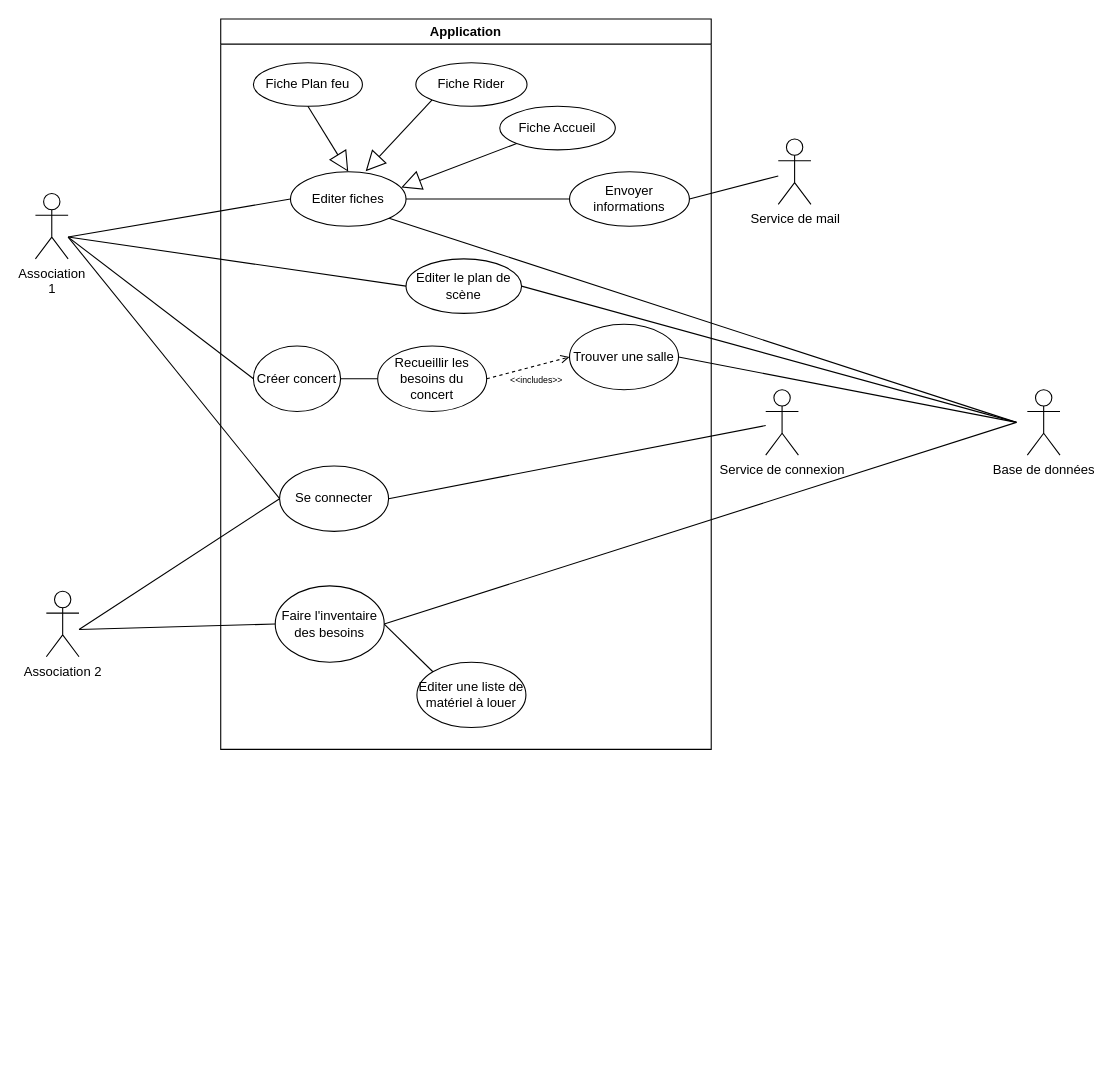
This is diagramme_cas_utilisation/Diagramme_CU.drawio from LeniChabilan/SAE-CONCERT, a draw.io file, before an edit. Source tidied: cells renumbered, new cells numbered last; positions are measured from the earlier drawing's top-left corner, leaving out a move shared by most shapes. Both pictures are drawn from the tidied source at 109%, with x=0, y=0 at pixel (35, 19).
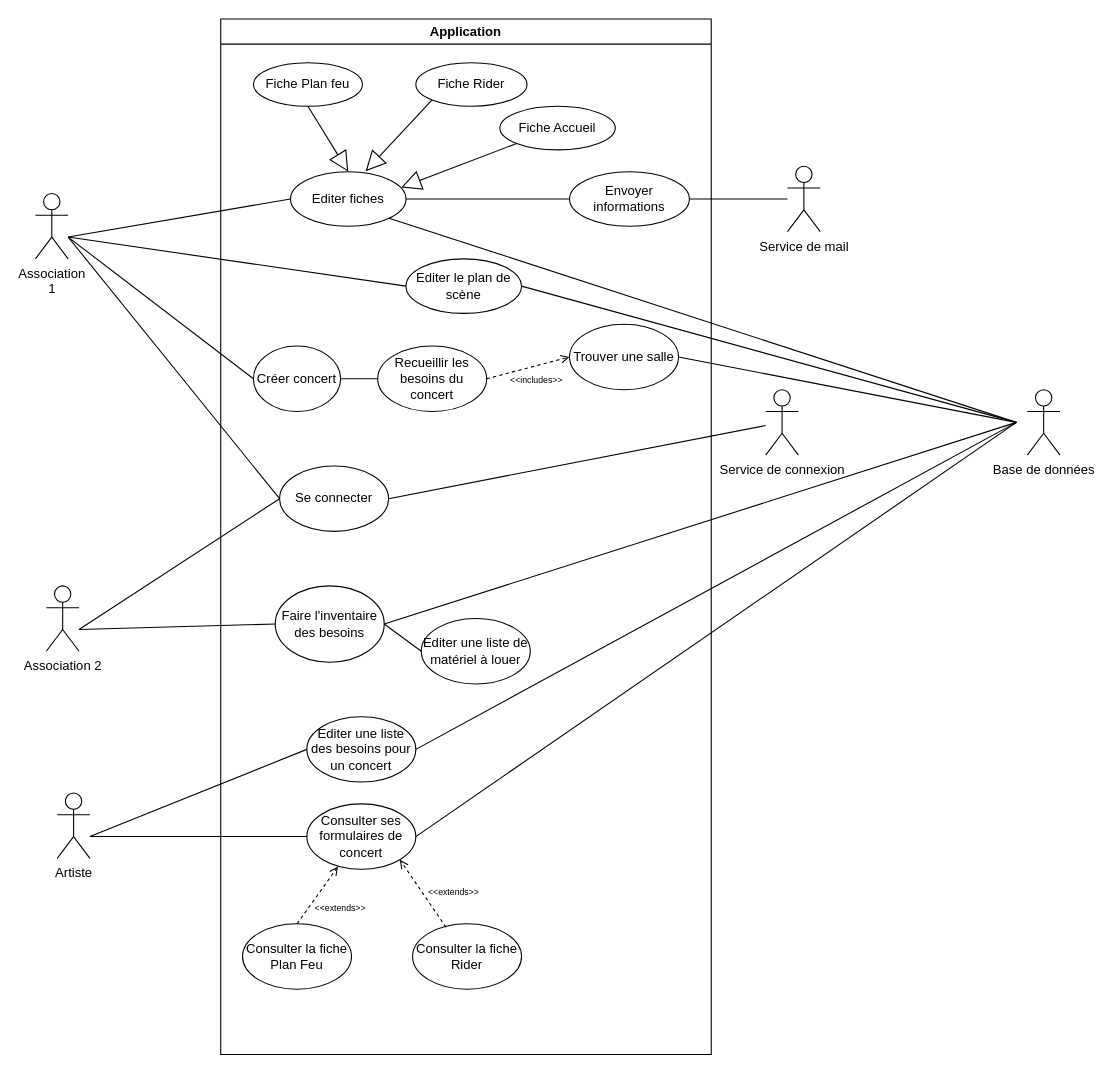
The same diagram, later.

Commit message:
fix: modification du diagramme de CU en fonction des demandes

Unchanged cells that the change refers to:
```xml
<mxCell id="7" value="Faire l'inventaire des besoins" style="ellipse;whiteSpace=wrap;html=1;" parent="2" vertex="1">
  <mxGeometry x="50" y="520" width="100" height="70" as="geometry" />
</mxCell>
```

Change to the diagram source:
```diff
@@
     <mxCell id="2" value="Application" style="swimlane;whiteSpace=wrap;html=1;" parent="1" vertex="1">
-      <mxGeometry x="170" width="450" height="670" as="geometry" />
+      <mxGeometry x="170" width="450" height="950" as="geometry" />
     </mxCell>
@@
     <mxCell id="11" value="Editer une liste de matériel à louer" style="ellipse;whiteSpace=wrap;html=1;" parent="2" vertex="1">
-      <mxGeometry x="180" y="590" width="100" height="60" as="geometry" />
+      <mxGeometry x="184" y="550" width="100" height="60" as="geometry" />
     </mxCell>
@@
-    <mxCell id="15" style="endArrow=none;html=1;rounded=0;exitX=1;exitY=0.5;exitDx=0;exitDy=0;entryX=0;entryY=0;entryDx=0;entryDy=0;" parent="2" edge="1" source="7" target="11">
+    <mxCell id="15" style="endArrow=none;html=1;rounded=0;exitX=1;exitY=0.5;exitDx=0;exitDy=0;entryX=0;entryY=0.5;entryDx=0;entryDy=0;" parent="2" edge="1" source="7" target="11">
       <mxGeometry relative="1" as="geometry" />
     </mxCell>
@@
+    <mxCell id="40" value="Editer une liste des besoins pour un concert" style="ellipse;whiteSpace=wrap;html=1;" parent="2" vertex="1">
+      <mxGeometry x="79" y="640" width="100" height="60" as="geometry" />
+    </mxCell>
+    <mxCell id="41" value="Consulter ses formulaires de concert" style="ellipse;whiteSpace=wrap;html=1;" parent="2" vertex="1">
+      <mxGeometry x="79" y="720" width="100" height="60" as="geometry" />
+    </mxCell>
+    <mxCell id="42" value="Consulter la fiche Plan Feu" style="ellipse;whiteSpace=wrap;html=1;" parent="2" vertex="1">
+      <mxGeometry x="20" y="830" width="100" height="60" as="geometry" />
+    </mxCell>
+    <mxCell id="43" value="Consulter la fiche Rider" style="ellipse;whiteSpace=wrap;html=1;" parent="2" vertex="1">
+      <mxGeometry x="176" y="830" width="100" height="60" as="geometry" />
+    </mxCell>
+    <mxCell id="44" style="endArrow=open;dashed=1;html=1;rounded=0;exitX=0.307;exitY=0.054;exitDx=0;exitDy=0;entryX=1;entryY=1;entryDx=0;entryDy=0;endFill=0;exitPerimeter=0;" parent="2" edge="1" source="43" target="41">
+      <mxGeometry relative="1" as="geometry" />
+    </mxCell>
+    <mxCell id="45" value="&lt;font style=&quot;font-size: 8px;&quot;&gt;&amp;lt;&amp;lt;extends&amp;gt;&amp;gt;&lt;/font&gt;" style="text;html=1;strokeColor=none;fillColor=none;align=center;verticalAlign=middle;whiteSpace=wrap;rounded=0;" parent="2" vertex="1">
+      <mxGeometry x="184" y="785" width="60" height="30" as="geometry" />
+    </mxCell>
+    <mxCell id="46" style="endArrow=open;dashed=1;html=1;rounded=0;exitX=0.5;exitY=0;exitDx=0;exitDy=0;entryX=0.286;entryY=0.959;entryDx=0;entryDy=0;endFill=0;entryPerimeter=0;" parent="2" edge="1" source="42" target="41">
+      <mxGeometry relative="1" as="geometry" />
+    </mxCell>
+    <mxCell id="47" value="&lt;font style=&quot;font-size: 8px;&quot;&gt;&amp;lt;&amp;lt;extends&amp;gt;&amp;gt;&lt;/font&gt;" style="text;html=1;strokeColor=none;fillColor=none;align=center;verticalAlign=middle;whiteSpace=wrap;rounded=0;" parent="2" vertex="1">
+      <mxGeometry x="80" y="800" width="60" height="30" as="geometry" />
+    </mxCell>
@@
     <mxCell id="24" value="Association 2" style="shape=umlActor;verticalLabelPosition=bottom;verticalAlign=top;html=1;" parent="1" vertex="1">
-      <mxGeometry x="10" y="525" width="30" height="60" as="geometry" />
+      <mxGeometry x="10" y="520" width="30" height="60" as="geometry" />
     </mxCell>
     <mxCell id="25" value="Service de mail" style="shape=umlActor;verticalLabelPosition=bottom;verticalAlign=top;html=1;outlineConnect=0;" parent="1" vertex="1">
-      <mxGeometry x="681.5" y="110" width="30" height="60" as="geometry" />
+      <mxGeometry x="690" y="135" width="30" height="60" as="geometry" />
     </mxCell>
@@
+    <mxCell id="48" value="Artiste" style="shape=umlActor;verticalLabelPosition=bottom;verticalAlign=top;html=1;" parent="1" vertex="1">
+      <mxGeometry x="20" y="710" width="30" height="60" as="geometry" />
+    </mxCell>
+    <mxCell id="49" style="endArrow=none;html=1;rounded=0;entryX=0;entryY=0.5;entryDx=0;entryDy=0;" parent="1" edge="1" target="40">
+      <mxGeometry relative="1" as="geometry">
+        <mxPoint x="50" y="750" as="sourcePoint" />
+      </mxGeometry>
+    </mxCell>
+    <mxCell id="50" style="endArrow=none;html=1;rounded=0;entryX=0;entryY=0.5;entryDx=0;entryDy=0;" parent="1" edge="1" target="41">
+      <mxGeometry relative="1" as="geometry">
+        <mxPoint x="50" y="750" as="sourcePoint" />
+      </mxGeometry>
+    </mxCell>
+    <mxCell id="51" style="endArrow=none;html=1;rounded=0;exitX=1;exitY=0.5;exitDx=0;exitDy=0;" parent="1" edge="1" source="40">
+      <mxGeometry relative="1" as="geometry">
+        <mxPoint x="900" y="370" as="targetPoint" />
+      </mxGeometry>
+    </mxCell>
+    <mxCell id="52" style="endArrow=none;html=1;rounded=0;exitX=1;exitY=0.5;exitDx=0;exitDy=0;" parent="1" edge="1" source="41">
+      <mxGeometry relative="1" as="geometry">
+        <mxPoint x="900" y="370" as="targetPoint" />
+      </mxGeometry>
+    </mxCell>
```
